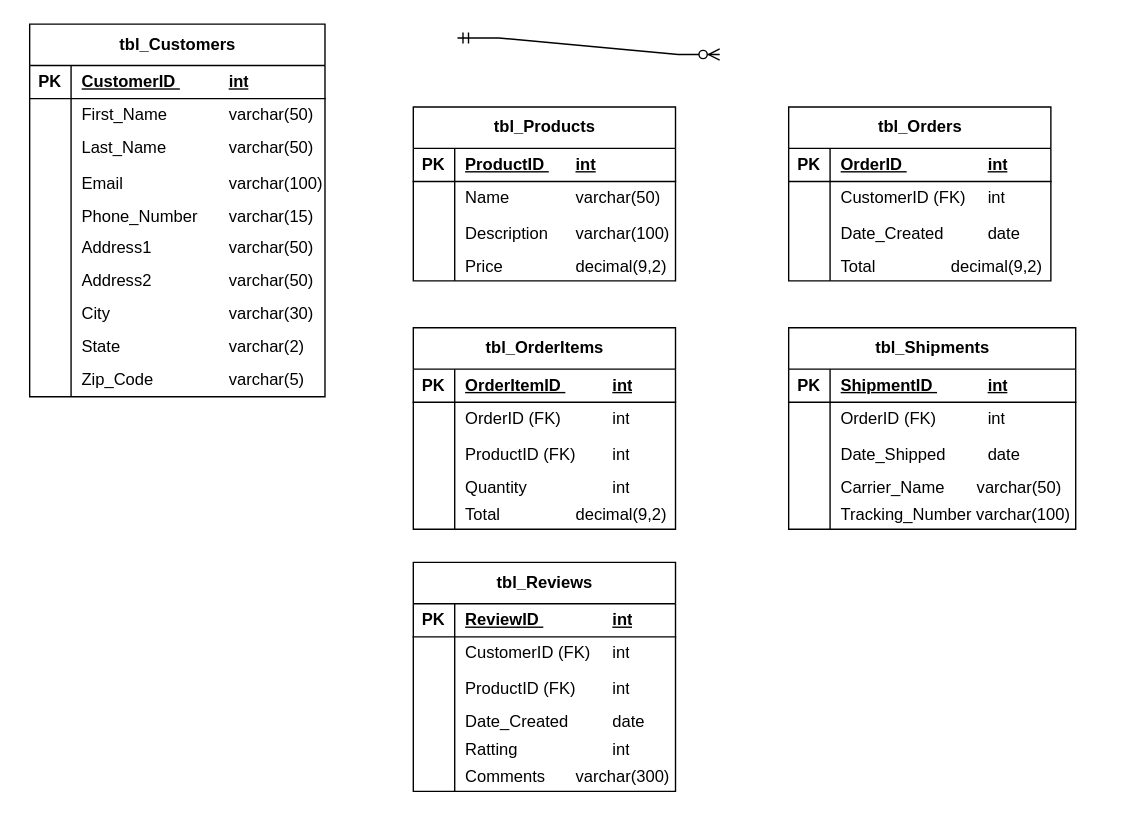
This is JH-ER-1.drawio from josehdev/uopeople, a draw.io file, before an edit. Source tidied: cells renumbered, new cells numbered last; positions are measured from the earlier drawing's top-left corner, leaving out a move shared by most shapes. Both pictures are drawn from the tidied source at 138%, with x=0, y=0 at pixel (29, 23).
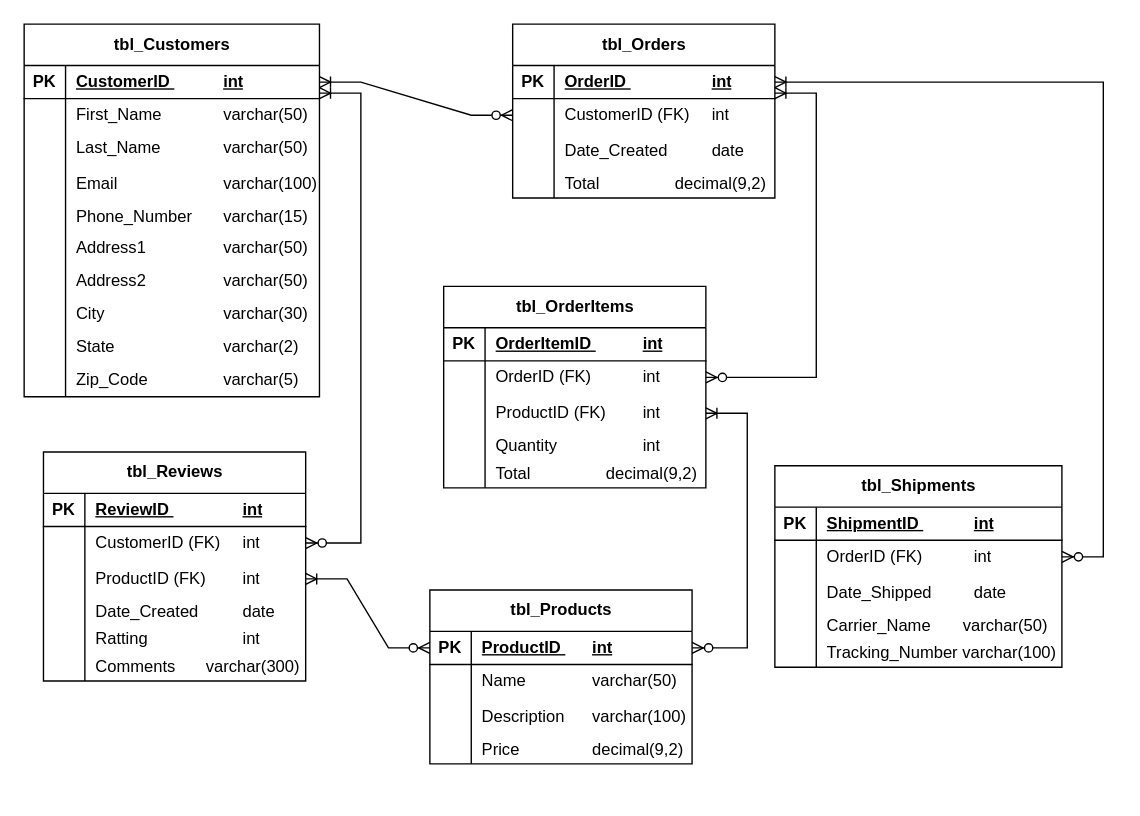
After the change.

The change refers to these unchanged cells:
```xml
<mxCell id="3" style="shape=tableRow;horizontal=0;startSize=0;swimlaneHead=0;swimlaneBody=0;fillColor=none;points=[[0,0.5],[1,0.5]];portConstraint=eastwest;top=0;left=0;right=0;bottom=1;" parent="2" vertex="1">
  <mxGeometry y="30" width="214" height="24" as="geometry" />
</mxCell>
<mxCell id="35" style="shape=tableRow;horizontal=0;startSize=0;swimlaneHead=0;swimlaneBody=0;fillColor=none;points=[[0,0.5],[1,0.5]];portConstraint=eastwest;top=0;left=0;right=0;bottom=1;" parent="34" vertex="1">
  <mxGeometry y="30" width="190" height="24" as="geometry" />
</mxCell>
<mxCell id="48" style="shape=tableRow;horizontal=0;startSize=0;swimlaneHead=0;swimlaneBody=0;fillColor=none;points=[[0,0.5],[1,0.5]];portConstraint=eastwest;top=0;left=0;right=0;bottom=1;" parent="47" vertex="1">
  <mxGeometry y="30" width="190" height="24" as="geometry" />
</mxCell>
<mxCell id="51" style="shape=tableRow;horizontal=0;startSize=0;swimlaneHead=0;swimlaneBody=0;fillColor=none;points=[[0,0.5],[1,0.5]];portConstraint=eastwest;top=0;left=0;right=0;bottom=0;" parent="47" vertex="1">
  <mxGeometry y="54" width="190" height="24" as="geometry" />
</mxCell>
<mxCell id="64" style="shape=tableRow;horizontal=0;startSize=0;swimlaneHead=0;swimlaneBody=0;fillColor=none;points=[[0,0.5],[1,0.5]];portConstraint=eastwest;top=0;left=0;right=0;bottom=0;" parent="60" vertex="1">
  <mxGeometry y="54" width="190" height="24" as="geometry" />
</mxCell>
<mxCell id="67" style="shape=tableRow;horizontal=0;startSize=0;swimlaneHead=0;swimlaneBody=0;fillColor=none;points=[[0,0.5],[1,0.5]];portConstraint=eastwest;top=0;left=0;right=0;bottom=0;strokeColor=default;" parent="60" vertex="1">
  <mxGeometry y="78" width="190" height="28" as="geometry" />
</mxCell>
<mxCell id="80" style="shape=tableRow;horizontal=0;startSize=0;swimlaneHead=0;swimlaneBody=0;fillColor=none;points=[[0,0.5],[1,0.5]];portConstraint=eastwest;top=0;left=0;right=0;bottom=0;" parent="76" vertex="1">
  <mxGeometry y="54" width="208" height="24" as="geometry" />
</mxCell>
<mxCell id="96" style="shape=tableRow;horizontal=0;startSize=0;swimlaneHead=0;swimlaneBody=0;fillColor=none;points=[[0,0.5],[1,0.5]];portConstraint=eastwest;top=0;left=0;right=0;bottom=0;" parent="92" vertex="1">
  <mxGeometry y="54" width="190" height="24" as="geometry" />
</mxCell>
<mxCell id="99" style="shape=tableRow;horizontal=0;startSize=0;swimlaneHead=0;swimlaneBody=0;fillColor=none;points=[[0,0.5],[1,0.5]];portConstraint=eastwest;top=0;left=0;right=0;bottom=0;strokeColor=default;" parent="92" vertex="1">
  <mxGeometry y="78" width="190" height="28" as="geometry" />
</mxCell>
```

The edit, as a diff of the source:
```diff
@@
     <mxCell id="2" value="tbl_Customers" style="shape=table;startSize=30;childLayout=tableLayout;rowLines=0;fontStyle=1;align=center;html=1;" parent="1" vertex="1">
-      <mxGeometry width="214" height="270" as="geometry" />
+      <mxGeometry x="-4" width="214" height="270" as="geometry" />
     </mxCell>
@@
-    <mxCell id="33" style="edgeStyle=entityRelationEdgeStyle;fontSize=12;html=1;endArrow=ERzeroToMany;startArrow=ERmandOne;rounded=0;entryX=0;entryY=0.5;entryDx=0;entryDy=0;" parent="1" edge="1">
-      <mxGeometry relative="1" as="geometry">
-        <mxPoint x="310" y="10" as="sourcePoint" />
-        <mxPoint x="500" y="22" as="targetPoint" />
-      </mxGeometry>
+    <mxCell id="33" style="edgeStyle=entityRelationEdgeStyle;fontSize=12;html=1;endArrow=ERzeroToMany;startArrow=ERoneToMany;rounded=0;exitX=1;exitY=0.5;exitDx=0;exitDy=0;startFill=0;" parent="1" edge="1" source="3" target="51">
+      <mxGeometry relative="1" as="geometry" />
     </mxCell>
     <mxCell id="34" value="tbl_Products" style="shape=table;startSize=30;childLayout=tableLayout;rowLines=0;fontStyle=1;align=center;html=1;" parent="1" vertex="1">
-      <mxGeometry x="278" y="60" width="190" height="126" as="geometry" />
+      <mxGeometry x="290" y="410" width="190" height="126" as="geometry" />
     </mxCell>
@@
     <mxCell id="47" value="tbl_Orders" style="shape=table;startSize=30;childLayout=tableLayout;rowLines=0;fontStyle=1;align=center;html=1;" parent="1" vertex="1">
-      <mxGeometry x="550" y="60" width="190" height="126" as="geometry" />
+      <mxGeometry x="350" width="190" height="126" as="geometry" />
     </mxCell>
@@
     <mxCell id="60" value="tbl_OrderItems" style="shape=table;startSize=30;childLayout=tableLayout;rowLines=0;fontStyle=1;align=center;html=1;" parent="1" vertex="1">
-      <mxGeometry x="278" y="220" width="190" height="146" as="geometry" />
+      <mxGeometry x="300" y="190" width="190" height="146" as="geometry" />
     </mxCell>
@@
     <mxCell id="76" value="tbl_Shipments" style="shape=table;startSize=30;childLayout=tableLayout;rowLines=0;fontStyle=1;align=center;html=1;" parent="1" vertex="1">
-      <mxGeometry x="550" y="220" width="208" height="146" as="geometry" />
+      <mxGeometry x="540" y="320" width="208" height="146" as="geometry" />
     </mxCell>
@@
     <mxCell id="92" value="tbl_Reviews" style="shape=table;startSize=30;childLayout=tableLayout;rowLines=0;fontStyle=1;align=center;html=1;" parent="1" vertex="1">
-      <mxGeometry x="278" y="390" width="190" height="166" as="geometry" />
+      <mxGeometry x="10" y="310" width="190" height="166" as="geometry" />
     </mxCell>
@@
+    <mxCell id="111" style="edgeStyle=entityRelationEdgeStyle;fontSize=12;html=1;endArrow=ERzeroToMany;startArrow=ERoneToMany;rounded=0;startFill=0;" parent="1" edge="1" target="64">
+      <mxGeometry relative="1" as="geometry">
+        <mxPoint x="540" y="50" as="sourcePoint" />
+        <Array as="points">
+          <mxPoint x="992" y="164.4" />
+          <mxPoint x="982" y="164.4" />
+          <mxPoint x="732" y="184.4" />
+        </Array>
+      </mxGeometry>
+    </mxCell>
+    <mxCell id="112" style="edgeStyle=entityRelationEdgeStyle;fontSize=12;html=1;endArrow=ERzeroToMany;startArrow=ERoneToMany;rounded=0;startFill=0;exitX=1;exitY=0.5;exitDx=0;exitDy=0;" parent="1" edge="1" source="48" target="80">
+      <mxGeometry relative="1" as="geometry">
+        <Array as="points">
+          <mxPoint x="950" y="168" />
+          <mxPoint x="740" y="260" />
+          <mxPoint x="750" y="220" />
+          <mxPoint x="940" y="168" />
+        </Array>
+      </mxGeometry>
+    </mxCell>
+    <mxCell id="113" style="edgeStyle=entityRelationEdgeStyle;fontSize=12;html=1;endArrow=ERzeroToMany;startArrow=ERoneToMany;rounded=0;startFill=0;entryX=1;entryY=0.5;entryDx=0;entryDy=0;" parent="1" edge="1" source="67" target="35">
+      <mxGeometry relative="1" as="geometry">
+        <Array as="points">
+          <mxPoint x="932" y="484.4" />
+          <mxPoint x="922" y="484.4" />
+          <mxPoint x="672" y="504.4" />
+        </Array>
+      </mxGeometry>
+    </mxCell>
+    <mxCell id="114" style="edgeStyle=entityRelationEdgeStyle;fontSize=12;html=1;endArrow=ERzeroToMany;startArrow=ERoneToMany;rounded=0;startFill=0;" parent="1" edge="1" target="96">
+      <mxGeometry relative="1" as="geometry">
+        <mxPoint x="210" y="50" as="sourcePoint" />
+        <Array as="points">
+          <mxPoint x="692" y="204.4" />
+          <mxPoint x="682" y="204.4" />
+          <mxPoint x="432" y="224.4" />
+        </Array>
+      </mxGeometry>
+    </mxCell>
+    <mxCell id="115" style="edgeStyle=entityRelationEdgeStyle;fontSize=12;html=1;endArrow=ERzeroToMany;startArrow=ERoneToMany;rounded=0;startFill=0;exitX=1;exitY=0.5;exitDx=0;exitDy=0;" parent="1" edge="1" source="99" target="35">
+      <mxGeometry relative="1" as="geometry">
+        <Array as="points">
+          <mxPoint x="692" y="514.4" />
+          <mxPoint x="682" y="514.4" />
+          <mxPoint x="432" y="534.4" />
+        </Array>
+      </mxGeometry>
+    </mxCell>
```
